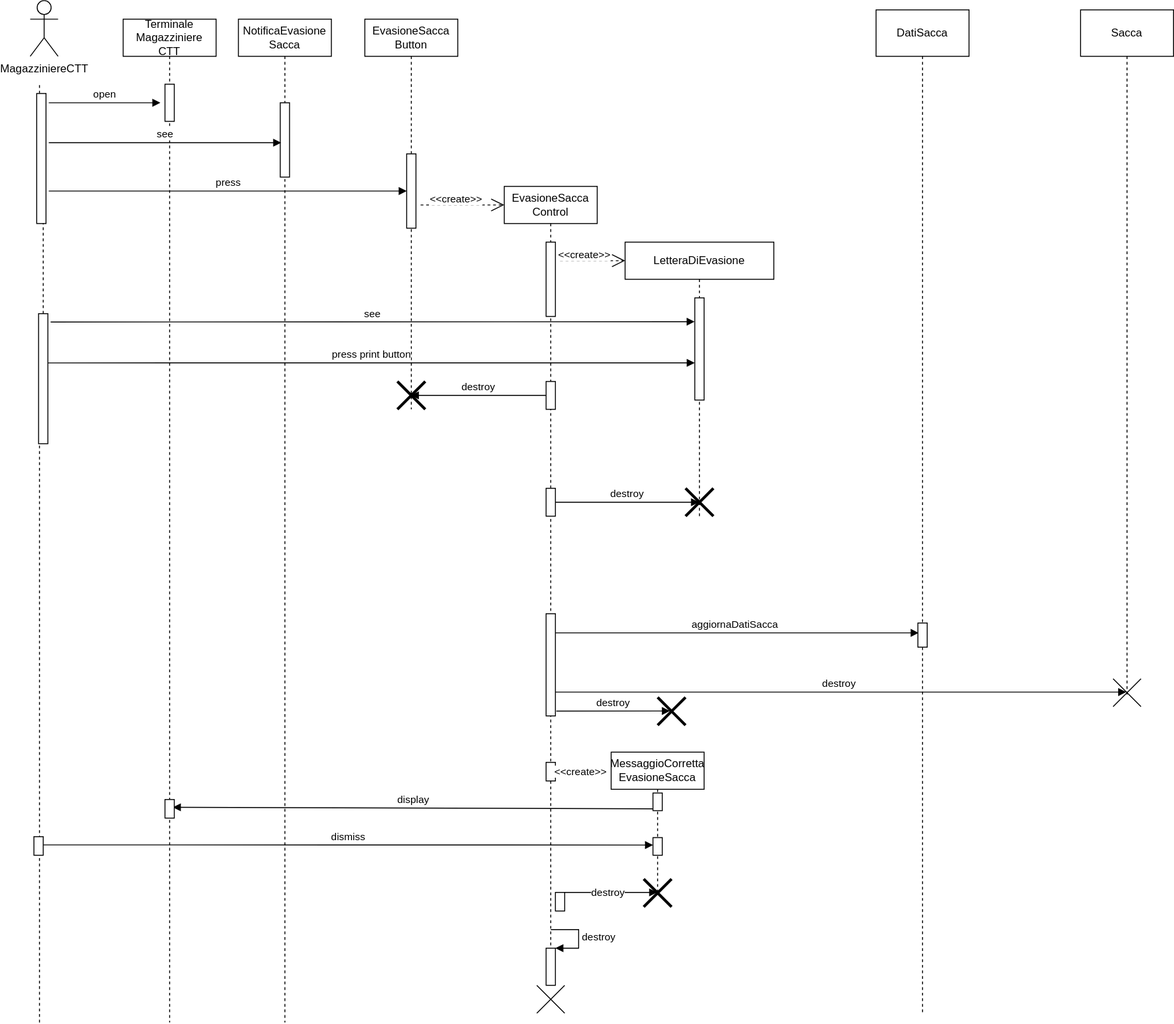
MarcoRuta/Sistema-gestione-CCS-CTT-UnaRegione keeps this draw.io diagram as System Definition/Sequence diagrams/.svg/EvasioneSacche.svg. Above is the earlier version. Source tidied: cells renumbered, new cells last; positions are measured from the earlier drawing's top-left corner, leaving out a move shared by most shapes.
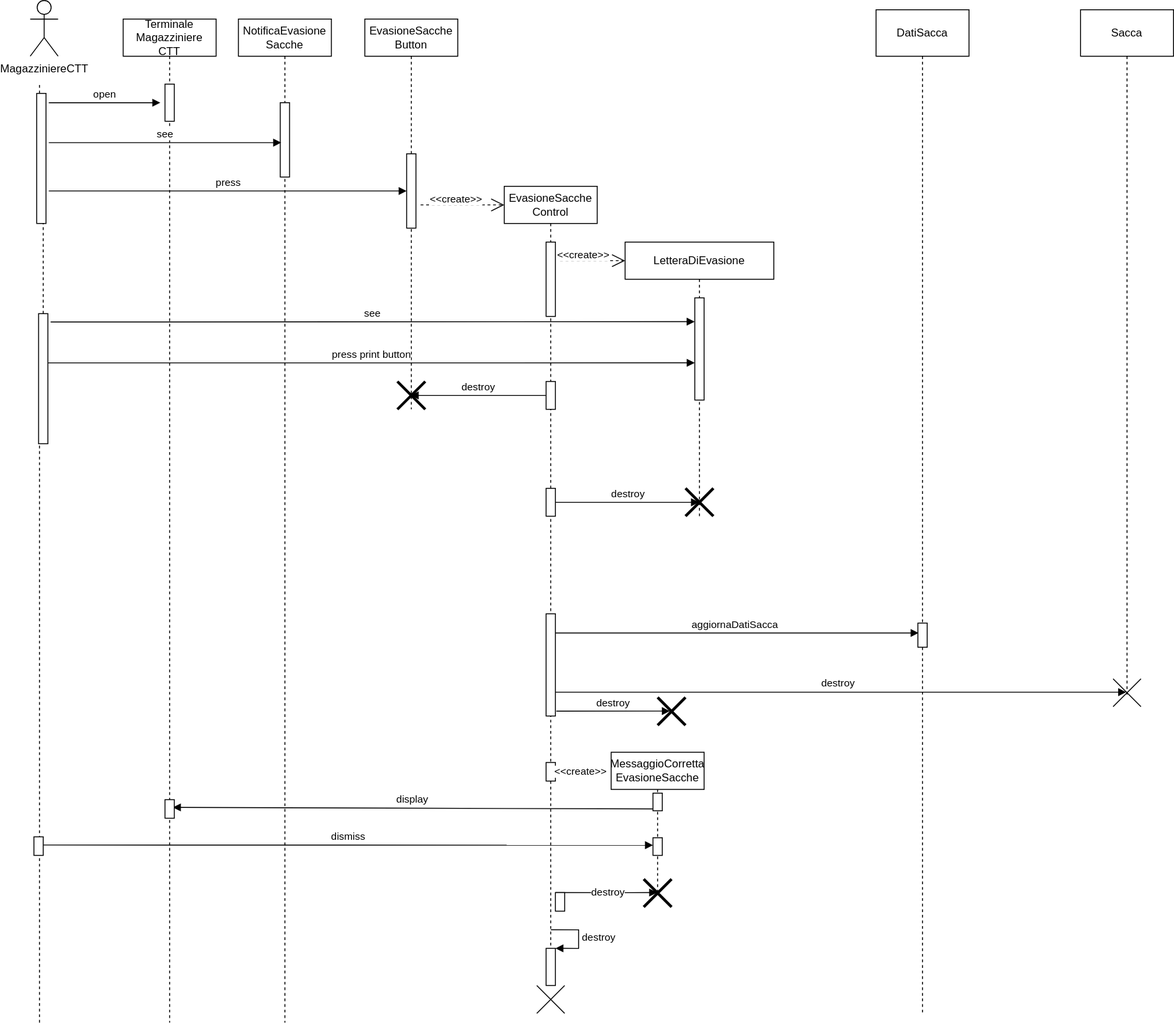
The same diagram one commit later.

The edit, as a diff of the source:
```diff
@@ -43,7 +43,7 @@
         <mxPoint x="140" y="110" as="targetPoint" />
       </mxGeometry>
     </mxCell>
-    <mxCell id="14" value="NotificaEvasione Sacca" style="shape=umlLifeline;perimeter=lifelinePerimeter;whiteSpace=wrap;html=1;" parent="1" vertex="1">
+    <mxCell id="14" value="NotificaEvasione Sacche" style="shape=umlLifeline;perimeter=lifelinePerimeter;whiteSpace=wrap;html=1;" parent="1" vertex="1">
       <mxGeometry x="224" y="20" width="100" height="1080" as="geometry" />
     </mxCell>
     <mxCell id="15" style="html=1;perimeter=orthogonalPerimeter;" parent="14" vertex="1">
@@ -55,7 +55,7 @@
         <mxPoint x="270" y="153" as="targetPoint" />
       </mxGeometry>
     </mxCell>
-    <mxCell id="17" value="EvasioneSacca&lt;br&gt;Button" style="shape=umlLifeline;perimeter=lifelinePerimeter;whiteSpace=wrap;html=1;outlineConnect=0;" parent="1" vertex="1">
+    <mxCell id="17" value="EvasioneSacche&lt;br&gt;Button" style="shape=umlLifeline;perimeter=lifelinePerimeter;whiteSpace=wrap;html=1;outlineConnect=0;" parent="1" vertex="1">
       <mxGeometry x="360" y="20" width="100" height="420" as="geometry" />
     </mxCell>
     <mxCell id="18" style="html=1;points=[];perimeter=orthogonalPerimeter;" parent="17" vertex="1">
@@ -80,7 +80,7 @@
         <mxPoint x="-18" y="-4" as="offset" />
       </mxGeometry>
     </mxCell>
-    <mxCell id="23" value="EvasioneSacca Control" style="shape=umlLifeline;perimeter=lifelinePerimeter;whiteSpace=wrap;html=1;outlineConnect=0;" parent="1" vertex="1">
+    <mxCell id="23" value="EvasioneSacche Control" style="shape=umlLifeline;perimeter=lifelinePerimeter;whiteSpace=wrap;html=1;outlineConnect=0;" parent="1" vertex="1">
       <mxGeometry x="510" y="200" width="100" height="820" as="geometry" />
     </mxCell>
     <mxCell id="24" style="html=1;perimeter=orthogonalPerimeter;" parent="23" vertex="1">
@@ -140,7 +140,7 @@
         <mxPoint x="19" y="390" as="sourcePoint" />
       </mxGeometry>
     </mxCell>
-    <mxCell id="37" value="MessaggioCorretta&lt;br&gt;EvasioneSacca" style="shape=umlLifeline;perimeter=lifelinePerimeter;whiteSpace=wrap;html=1;" parent="1" vertex="1">
+    <mxCell id="37" value="MessaggioCorretta&lt;br&gt;EvasioneSacche" style="shape=umlLifeline;perimeter=lifelinePerimeter;whiteSpace=wrap;html=1;" parent="1" vertex="1">
       <mxGeometry x="625" y="809" width="100" height="151" as="geometry" />
     </mxCell>
     <mxCell id="38" style="html=1;perimeter=orthogonalPerimeter;" parent="37" vertex="1">
```
